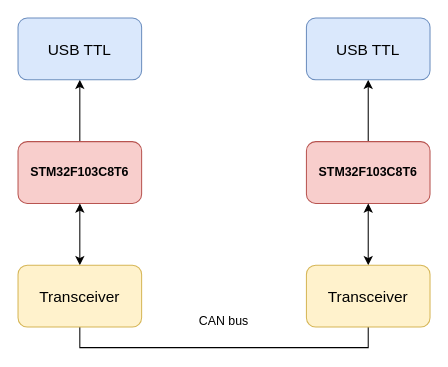
lukas0173/Draw.io keeps this draw.io diagram as DeviceNetworkCANBlock.drawio. Above is the earlier version. Source tidied: cells renumbered, new cells numbered last; positions are measured from the earlier drawing's top-left corner, leaving out a move shared by most shapes. Both pictures are drawn from the tidied source at 103%, with x=0, y=0 at pixel (18, 18).
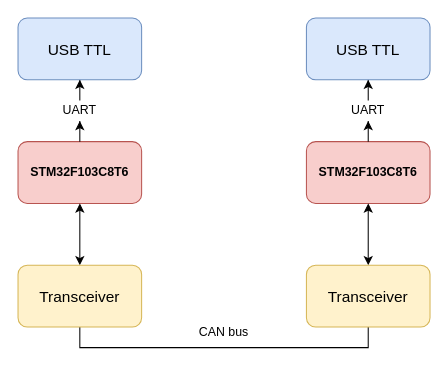
After the change.

Diff of the diagram source:
```diff
@@
 <mxGraphModel>
   <root>
     <mxCell id="0" />
     <mxCell id="1" parent="0" />
-    <mxCell id="2" style="edgeStyle=orthogonalEdgeStyle;rounded=0;jettySize=auto;html=1;" parent="1" edge="1" source="3" target="11">
+    <mxCell id="2" style="edgeStyle=orthogonalEdgeStyle;rounded=0;jettySize=auto;html=1;" parent="1" edge="1" source="15" target="11">
       <mxGeometry relative="1" as="geometry" />
     </mxCell>
     <mxCell id="3" value="STM32F103C8T6" style="rounded=1;whiteSpace=wrap;html=1;fontStyle=1;fillColor=#f8cecc;strokeColor=#b85450;" parent="1" vertex="1">
       <mxGeometry y="120" width="120" height="60" as="geometry" />
     </mxCell>
-    <mxCell id="4" style="edgeStyle=orthogonalEdgeStyle;rounded=0;jettySize=auto;html=1;" parent="1" edge="1" source="5" target="12">
+    <mxCell id="4" style="edgeStyle=orthogonalEdgeStyle;rounded=0;jettySize=auto;html=1;" parent="1" edge="1" source="17" target="12">
       <mxGeometry relative="1" as="geometry" />
     </mxCell>
     <mxCell id="5" value="STM32F103C8T6" style="rounded=1;whiteSpace=wrap;html=1;fontStyle=1;fillColor=#f8cecc;strokeColor=#b85450;" parent="1" vertex="1">
       <mxGeometry x="280" y="120" width="120" height="60" as="geometry" />
     </mxCell>
     <mxCell id="6" style="edgeStyle=orthogonalEdgeStyle;rounded=0;jettySize=auto;html=1;entryX=0.5;entryY=1;entryDx=0;entryDy=0;startArrow=none;startFill=0;exitX=0.5;exitY=1;exitDx=0;exitDy=0;endArrow=none;" parent="1" edge="1" source="8" target="10">
       <mxGeometry relative="1" as="geometry">
         <Array as="points">
           <mxPoint x="60" y="320" />
           <mxPoint x="340" y="320" />
         </Array>
       </mxGeometry>
     </mxCell>
     <mxCell id="7" style="edgeStyle=orthogonalEdgeStyle;rounded=0;jettySize=auto;html=1;startArrow=classic;startFill=1;" parent="1" edge="1" source="8" target="3">
       <mxGeometry relative="1" as="geometry" />
     </mxCell>
     <mxCell id="8" value="Transceiver" style="rounded=1;whiteSpace=wrap;html=1;fontStyle=0;fontSize=15;fillColor=#fff2cc;strokeColor=#d6b656;" parent="1" vertex="1">
       <mxGeometry y="240" width="120" height="60" as="geometry" />
     </mxCell>
     <mxCell id="9" style="edgeStyle=orthogonalEdgeStyle;rounded=0;jettySize=auto;html=1;startArrow=classic;startFill=1;" parent="1" edge="1" source="10" target="5">
       <mxGeometry relative="1" as="geometry" />
     </mxCell>
     <mxCell id="10" value="Transceiver" style="rounded=1;whiteSpace=wrap;html=1;fontStyle=0;fontSize=15;fillColor=#fff2cc;strokeColor=#d6b656;" parent="1" vertex="1">
       <mxGeometry x="280" y="240" width="120" height="60" as="geometry" />
     </mxCell>
     <mxCell id="11" value="USB TTL" style="rounded=1;whiteSpace=wrap;html=1;fontStyle=0;fontSize=15;fillColor=#dae8fc;strokeColor=#6c8ebf;" parent="1" vertex="1">
       <mxGeometry width="120" height="60" as="geometry" />
     </mxCell>
     <mxCell id="12" value="USB TTL" style="rounded=1;whiteSpace=wrap;html=1;fontStyle=0;fontSize=15;fillColor=#dae8fc;strokeColor=#6c8ebf;" parent="1" vertex="1">
       <mxGeometry x="280" width="120" height="60" as="geometry" />
     </mxCell>
     <mxCell id="13" value="CAN bus" style="text;html=1;align=center;verticalAlign=middle;whiteSpace=wrap;rounded=0;" parent="1" vertex="1">
-      <mxGeometry x="170" y="280" width="60" height="30" as="geometry" />
+      <mxGeometry x="170" y="290" width="60" height="30" as="geometry" />
     </mxCell>
+    <mxCell id="14" style="edgeStyle=orthogonalEdgeStyle;rounded=0;jettySize=auto;html=1;" parent="1" edge="1" source="3" target="15">
+      <mxGeometry relative="1" as="geometry" />
+    </mxCell>
+    <mxCell id="15" value="UART" style="text;html=1;align=center;verticalAlign=middle;whiteSpace=wrap;rounded=0;" parent="1" vertex="1">
+      <mxGeometry x="30" y="80" width="60" height="20" as="geometry" />
+    </mxCell>
+    <mxCell id="16" style="edgeStyle=orthogonalEdgeStyle;rounded=0;jettySize=auto;html=1;" parent="1" edge="1" source="5" target="17">
+      <mxGeometry relative="1" as="geometry" />
+    </mxCell>
+    <mxCell id="17" value="UART" style="text;html=1;align=center;verticalAlign=middle;whiteSpace=wrap;rounded=0;" parent="1" vertex="1">
+      <mxGeometry x="310" y="80" width="60" height="20" as="geometry" />
+    </mxCell>
   </root>
 </mxGraphModel>
```
